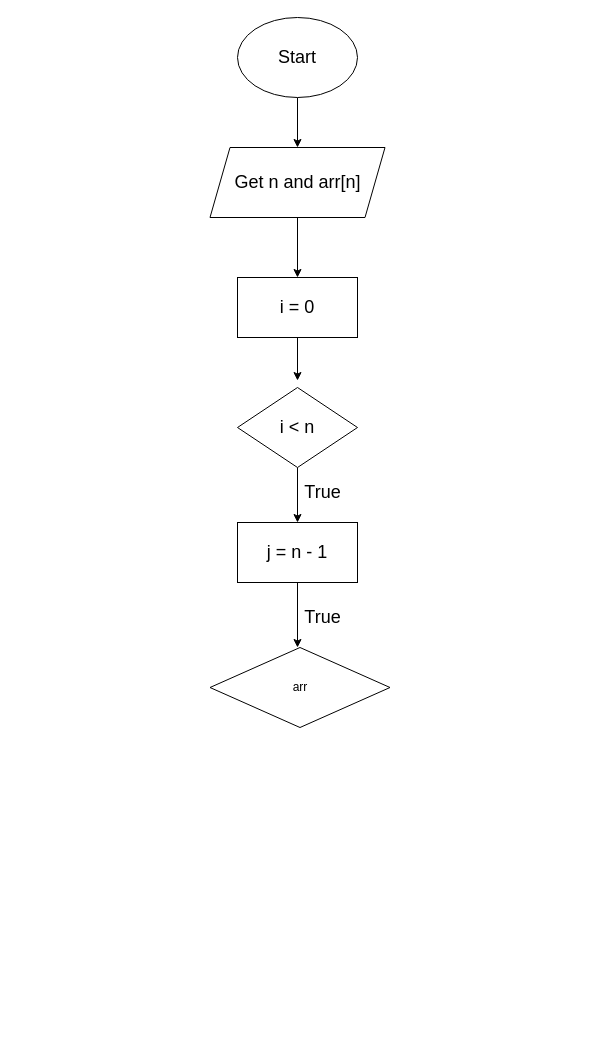
Above: bubble_sort.drawio in nhu220840/Basic-Programming (draw.io), before the change. Source tidied: cells renumbered, new cells numbered last; positions are measured from the earlier drawing's top-left corner, leaving out a move shared by most shapes. Both pictures are drawn from the tidied source at 100%, with x=0, y=0 at pixel (209, 17).
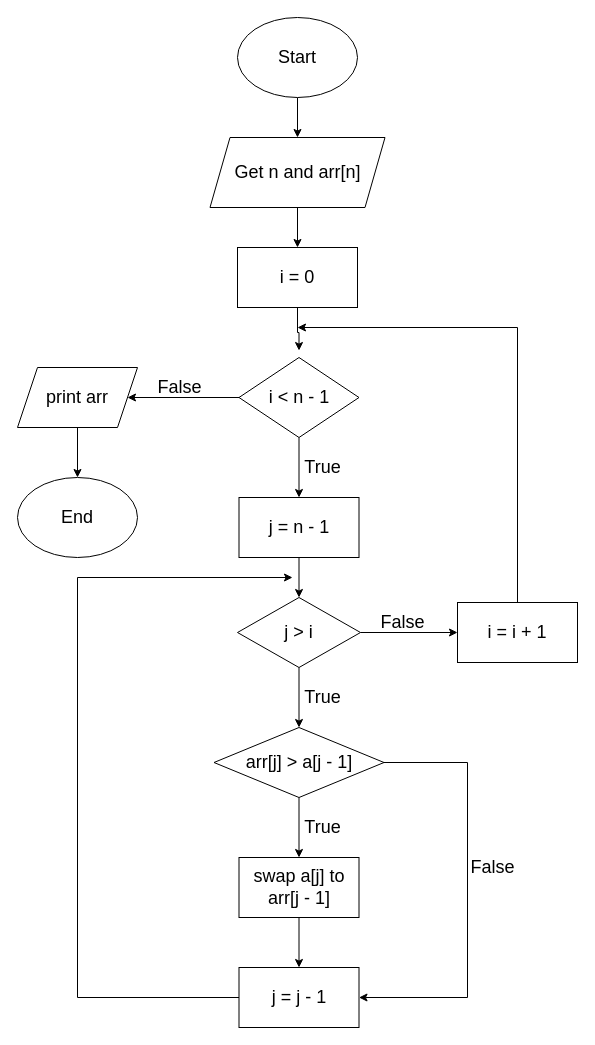
The same page after the edit.

Commit message (it also covers changes not shown here):
Cập nhật bubble_sort.drawio

Diff of the diagram source:
```diff
@@
     <mxCell id="6" value="&lt;font style=&quot;font-size: 18px;&quot;&gt;Get n and arr[n]&lt;/font&gt;" style="shape=parallelogram;perimeter=parallelogramPerimeter;whiteSpace=wrap;html=1;fixedSize=1;" parent="1" vertex="1">
-      <mxGeometry x="0.5" y="130" width="175" height="70" as="geometry" />
+      <mxGeometry x="0.5" y="120" width="175" height="70" as="geometry" />
     </mxCell>
     <mxCell id="7" value="&lt;font style=&quot;font-size: 18px;&quot;&gt;i = 0&lt;/font&gt;" style="rounded=0;whiteSpace=wrap;html=1;" parent="1" vertex="1">
-      <mxGeometry x="28" y="260" width="120" height="60" as="geometry" />
+      <mxGeometry x="28" y="230" width="120" height="60" as="geometry" />
     </mxCell>
@@
+    <mxCell id="16" style="edgeStyle=orthogonalEdgeStyle;rounded=0;jettySize=auto;html=1;exitX=0;exitY=0.5;exitDx=0;exitDy=0;entryX=1;entryY=0.5;entryDx=0;entryDy=0;" parent="1" edge="1" source="9" target="29">
+      <mxGeometry relative="1" as="geometry" />
+    </mxCell>
-    <mxCell id="9" value="&lt;font style=&quot;font-size: 18px;&quot;&gt;i &amp;lt; n&lt;/font&gt;" style="rhombus;whiteSpace=wrap;html=1;" parent="1" vertex="1">
-      <mxGeometry x="28" y="370" width="120" height="80" as="geometry" />
+    <mxCell id="9" value="&lt;font style=&quot;font-size: 18px;&quot;&gt;i &amp;lt; n - 1&lt;/font&gt;" style="rhombus;whiteSpace=wrap;html=1;" parent="1" vertex="1">
+      <mxGeometry x="29.5" y="340" width="120" height="80" as="geometry" />
     </mxCell>
@@
-    <mxCell id="11" style="edgeStyle=orthogonalEdgeStyle;rounded=0;jettySize=auto;html=1;exitX=0.5;exitY=1;exitDx=0;exitDy=0;" parent="1" edge="1" source="12">
-      <mxGeometry relative="1" as="geometry">
-        <mxPoint x="88" y="630" as="targetPoint" />
-      </mxGeometry>
-    </mxCell>
+    <mxCell id="17" style="edgeStyle=orthogonalEdgeStyle;rounded=0;jettySize=auto;html=1;exitX=0.5;exitY=1;exitDx=0;exitDy=0;entryX=0.5;entryY=0;entryDx=0;entryDy=0;" parent="1" edge="1" source="12" target="15">
+      <mxGeometry relative="1" as="geometry" />
+    </mxCell>
     <mxCell id="12" value="&lt;font style=&quot;font-size: 18px;&quot;&gt;j = n - 1&lt;/font&gt;" style="rounded=0;whiteSpace=wrap;html=1;" parent="1" vertex="1">
-      <mxGeometry x="28" y="505" width="120" height="60" as="geometry" />
+      <mxGeometry x="29.5" y="480" width="120" height="60" as="geometry" />
     </mxCell>
     <mxCell id="13" value="&lt;font style=&quot;font-size: 18px;&quot;&gt;True&lt;/font&gt;" style="text;html=1;align=center;verticalAlign=middle;strokeColor=none;fillColor=none;" parent="1" vertex="1">
-      <mxGeometry x="83" y="455" width="60" height="40" as="geometry" />
+      <mxGeometry x="83" y="430" width="60" height="40" as="geometry" />
     </mxCell>
     <mxCell id="14" value="&lt;font style=&quot;font-size: 18px;&quot;&gt;True&lt;/font&gt;" style="text;html=1;align=center;verticalAlign=middle;strokeColor=none;fillColor=none;" parent="1" vertex="1">
-      <mxGeometry x="83" y="580" width="60" height="40" as="geometry" />
+      <mxGeometry x="83" y="660" width="60" height="40" as="geometry" />
     </mxCell>
+    <mxCell id="18" style="edgeStyle=orthogonalEdgeStyle;rounded=0;jettySize=auto;html=1;exitX=0.5;exitY=1;exitDx=0;exitDy=0;entryX=0.5;entryY=0;entryDx=0;entryDy=0;" parent="1" edge="1" source="15" target="22">
+      <mxGeometry relative="1" as="geometry" />
+    </mxCell>
+    <mxCell id="19" style="edgeStyle=orthogonalEdgeStyle;rounded=0;jettySize=auto;html=1;exitX=1;exitY=0.5;exitDx=0;exitDy=0;entryX=0;entryY=0.5;entryDx=0;entryDy=0;" parent="1" edge="1" source="15" target="33">
+      <mxGeometry relative="1" as="geometry" />
+    </mxCell>
-    <mxCell id="15" value="arr" style="rhombus;whiteSpace=wrap;html=1;" parent="1" vertex="1">
-      <mxGeometry x="0.5" y="630" width="180" height="80" as="geometry" />
+    <mxCell id="15" value="&lt;font style=&quot;font-size: 18px;&quot;&gt;j &amp;gt; i&lt;/font&gt;" style="rhombus;whiteSpace=wrap;html=1;" parent="1" vertex="1">
+      <mxGeometry x="28" y="580" width="123" height="70" as="geometry" />
     </mxCell>
+    <mxCell id="20" style="edgeStyle=orthogonalEdgeStyle;rounded=0;jettySize=auto;html=1;" parent="1" edge="1" source="22" target="25">
+      <mxGeometry relative="1" as="geometry" />
+    </mxCell>
+    <mxCell id="21" style="edgeStyle=orthogonalEdgeStyle;rounded=0;jettySize=auto;html=1;exitX=1;exitY=0.5;exitDx=0;exitDy=0;entryX=1;entryY=0.5;entryDx=0;entryDy=0;" parent="1" edge="1" source="22" target="27">
+      <mxGeometry relative="1" as="geometry">
+        <Array as="points">
+          <mxPoint x="258" y="745" />
+          <mxPoint x="258" y="980" />
+        </Array>
+      </mxGeometry>
+    </mxCell>
+    <mxCell id="22" value="&lt;font style=&quot;font-size: 18px;&quot;&gt;arr[j] &amp;gt; a[j - 1]&lt;/font&gt;" style="rhombus;whiteSpace=wrap;html=1;" parent="1" vertex="1">
+      <mxGeometry x="4.5" y="710" width="170" height="70" as="geometry" />
+    </mxCell>
+    <mxCell id="23" style="edgeStyle=orthogonalEdgeStyle;rounded=0;jettySize=auto;html=1;exitX=1;exitY=0.5;exitDx=0;exitDy=0;" parent="1" edge="1" source="27">
+      <mxGeometry relative="1" as="geometry">
+        <mxPoint x="83" y="560" as="targetPoint" />
+        <Array as="points">
+          <mxPoint x="-132" y="980" />
+          <mxPoint x="-132" y="560" />
+        </Array>
+      </mxGeometry>
+    </mxCell>
+    <mxCell id="24" style="edgeStyle=orthogonalEdgeStyle;rounded=0;jettySize=auto;html=1;exitX=0.5;exitY=1;exitDx=0;exitDy=0;entryX=0.5;entryY=0;entryDx=0;entryDy=0;" parent="1" edge="1" source="25" target="27">
+      <mxGeometry relative="1" as="geometry" />
+    </mxCell>
+    <mxCell id="25" value="&lt;font style=&quot;font-size: 18px;&quot;&gt;swap a[j] to arr[j - 1]&lt;/font&gt;" style="rounded=0;whiteSpace=wrap;html=1;" parent="1" vertex="1">
+      <mxGeometry x="29.5" y="840" width="120" height="60" as="geometry" />
+    </mxCell>
+    <mxCell id="26" value="&lt;font style=&quot;font-size: 18px;&quot;&gt;True&lt;/font&gt;" style="text;html=1;align=center;verticalAlign=middle;strokeColor=none;fillColor=none;" parent="1" vertex="1">
+      <mxGeometry x="83" y="790" width="60" height="40" as="geometry" />
+    </mxCell>
+    <mxCell id="27" value="&lt;font style=&quot;font-size: 18px;&quot;&gt;j = j - 1&lt;/font&gt;" style="rounded=0;whiteSpace=wrap;html=1;" parent="1" vertex="1">
+      <mxGeometry x="29.5" y="950" width="120" height="60" as="geometry" />
+    </mxCell>
+    <mxCell id="28" style="edgeStyle=orthogonalEdgeStyle;rounded=0;jettySize=auto;html=1;exitX=0.5;exitY=1;exitDx=0;exitDy=0;entryX=0.5;entryY=0;entryDx=0;entryDy=0;" parent="1" edge="1" source="29" target="30">
+      <mxGeometry relative="1" as="geometry" />
+    </mxCell>
+    <mxCell id="29" value="&lt;font style=&quot;font-size: 18px;&quot;&gt;print arr&lt;/font&gt;" style="shape=parallelogram;perimeter=parallelogramPerimeter;whiteSpace=wrap;html=1;fixedSize=1;" parent="1" vertex="1">
+      <mxGeometry x="-192" y="350" width="120" height="60" as="geometry" />
+    </mxCell>
+    <mxCell id="30" value="&lt;font style=&quot;font-size: 18px;&quot;&gt;End&lt;/font&gt;" style="ellipse;whiteSpace=wrap;html=1;" parent="1" vertex="1">
+      <mxGeometry x="-192" y="460" width="120" height="80" as="geometry" />
+    </mxCell>
+    <mxCell id="31" value="&lt;font style=&quot;font-size: 18px;&quot;&gt;False&lt;/font&gt;" style="text;html=1;align=center;verticalAlign=middle;strokeColor=none;fillColor=none;" parent="1" vertex="1">
+      <mxGeometry x="-65.5" y="350" width="70" height="40" as="geometry" />
+    </mxCell>
+    <mxCell id="32" style="edgeStyle=orthogonalEdgeStyle;rounded=0;jettySize=auto;html=1;exitX=0.44;exitY=0.039;exitDx=0;exitDy=0;exitPerimeter=0;" parent="1" edge="1" source="33">
+      <mxGeometry relative="1" as="geometry">
+        <mxPoint x="88" y="310" as="targetPoint" />
+        <Array as="points">
+          <mxPoint x="308" y="587" />
+          <mxPoint x="308" y="310" />
+        </Array>
+      </mxGeometry>
+    </mxCell>
+    <mxCell id="33" value="&lt;font style=&quot;font-size: 18px;&quot;&gt;i = i + 1&lt;/font&gt;" style="rounded=0;whiteSpace=wrap;html=1;" parent="1" vertex="1">
+      <mxGeometry x="248" y="585" width="120" height="60" as="geometry" />
+    </mxCell>
+    <mxCell id="34" value="&lt;font style=&quot;font-size: 18px;&quot;&gt;False&lt;/font&gt;" style="text;html=1;align=center;verticalAlign=middle;strokeColor=none;fillColor=none;" parent="1" vertex="1">
+      <mxGeometry x="158" y="585" width="70" height="40" as="geometry" />
+    </mxCell>
+    <mxCell id="35" value="&lt;font style=&quot;font-size: 18px;&quot;&gt;False&lt;/font&gt;" style="text;html=1;align=center;verticalAlign=middle;strokeColor=none;fillColor=none;" parent="1" vertex="1">
+      <mxGeometry x="248" y="830" width="70" height="40" as="geometry" />
+    </mxCell>
```
